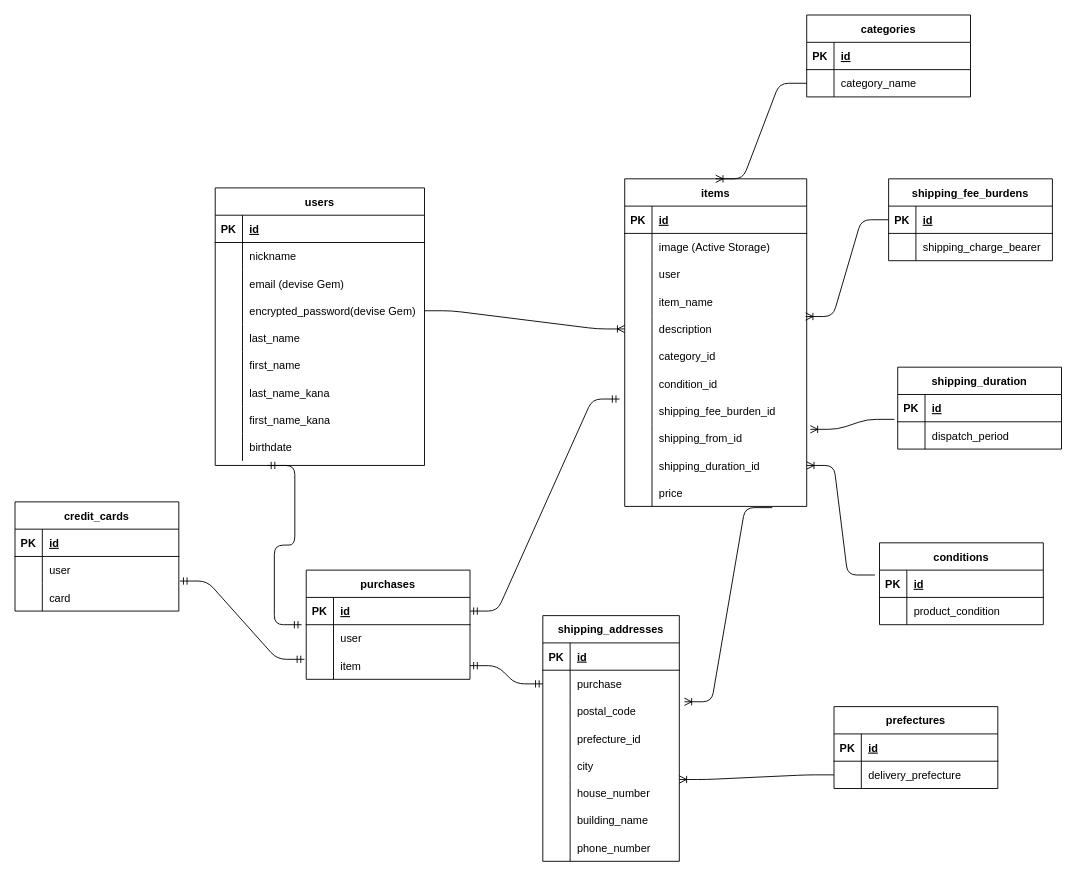
The draw.io diagram er.dio in sidrug21/furima-38607, before the edit. Source tidied: cells renumbered, new cells numbered last; positions are measured from the earlier drawing's top-left corner, leaving out a move shared by most shapes. Both pictures are drawn from the tidied source at 91%, with x=0, y=0 at pixel (15, 15).
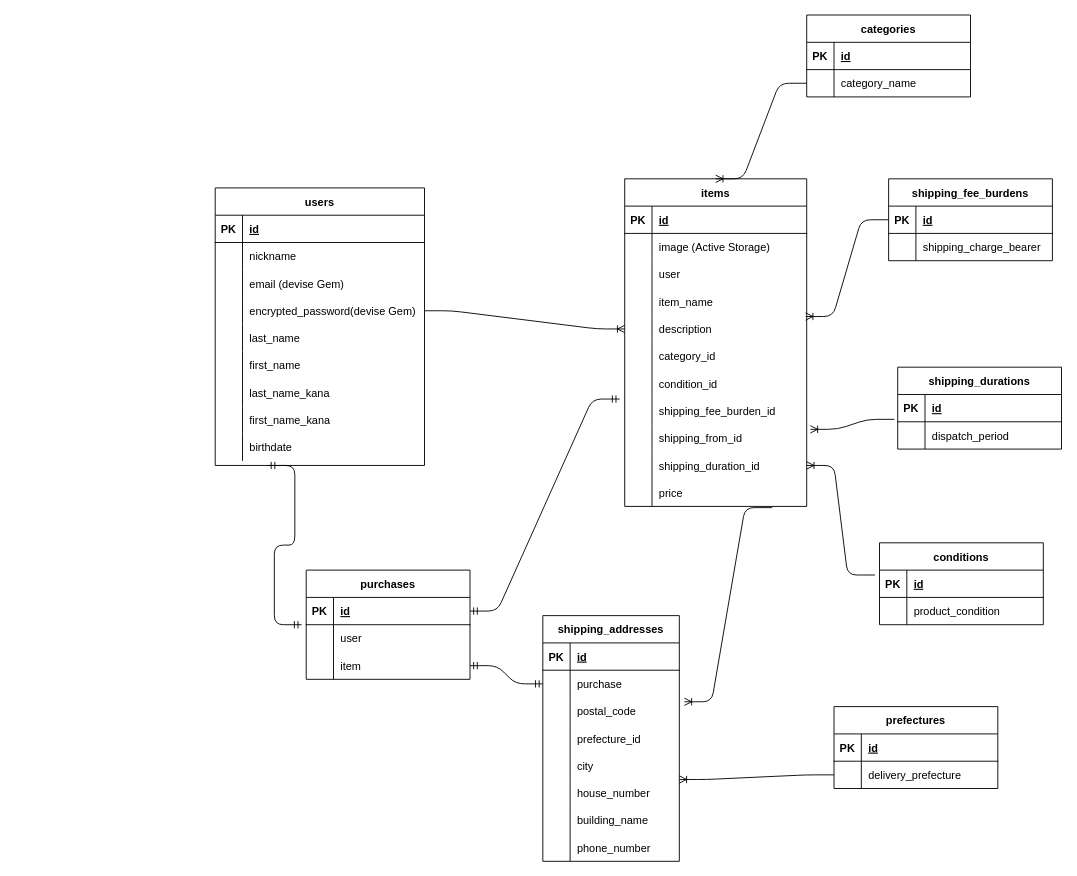
Above is the later version.

Commit message (it also covers changes not shown here):
データベース設計の修正_4

The change refers to these unchanged cells:
```xml
<mxCell id="71" style="shape=tableRow;horizontal=0;startSize=0;swimlaneHead=0;swimlaneBody=0;fillColor=none;points=[[0,0.5],[1,0.5]];portConstraint=eastwest;top=0;left=0;right=0;bottom=0;fontColor=default;" parent="64" vertex="1">
  <mxGeometry y="90" width="180" height="30" as="geometry" />
</mxCell>
```

What changed in the source:
```diff
@@
-    <mxCell id="108" value="shipping_duration" style="shape=table;startSize=30;childLayout=tableLayout;rowLines=0;fontStyle=1;align=center;fontColor=default;" parent="1" vertex="1">
+    <mxCell id="108" value="shipping_durations" style="shape=table;startSize=30;childLayout=tableLayout;rowLines=0;fontStyle=1;align=center;fontColor=default;" parent="1" vertex="1">
       <mxGeometry x="970" y="387" width="180" height="90" as="geometry" />
     </mxCell>
@@
-    <mxCell id="122" value="credit_cards" style="shape=table;startSize=30;childLayout=tableLayout;rowLines=0;fontStyle=1;align=center;fontColor=default;" parent="1" vertex="1">
-      <mxGeometry y="535" width="180" height="120" as="geometry" />
-    </mxCell>
-    <mxCell id="123" style="shape=tableRow;horizontal=0;startSize=0;swimlaneHead=0;swimlaneBody=0;fillColor=none;top=0;left=0;right=0;bottom=1;fontColor=default;" parent="122" vertex="1">
-      <mxGeometry y="30" width="180" height="30" as="geometry" />
-    </mxCell>
-    <mxCell id="124" value="PK" style="shape=partialRectangle;fillColor=none;top=0;left=0;bottom=0;right=0;fontStyle=1;overflow=hidden;fontColor=default;" parent="123" vertex="1">
-      <mxGeometry width="30" height="30" as="geometry" />
-    </mxCell>
-    <mxCell id="125" value="id" style="shape=partialRectangle;fillColor=none;top=0;left=0;bottom=0;right=0;align=left;spacingLeft=6;fontStyle=5;overflow=hidden;fontColor=default;" parent="123" vertex="1">
-      <mxGeometry x="30" width="150" height="30" as="geometry" />
-    </mxCell>
-    <mxCell id="126" style="shape=tableRow;horizontal=0;startSize=0;swimlaneHead=0;swimlaneBody=0;fillColor=none;top=0;left=0;right=0;bottom=0;fontColor=default;" parent="122" vertex="1">
-      <mxGeometry y="60" width="180" height="30" as="geometry" />
-    </mxCell>
-    <mxCell id="127" style="shape=partialRectangle;fillColor=none;top=0;left=0;bottom=0;right=0;overflow=hidden;fontColor=default;" parent="126" vertex="1">
-      <mxGeometry width="30" height="30" as="geometry" />
-    </mxCell>
-    <mxCell id="128" value="user" style="shape=partialRectangle;fillColor=none;top=0;left=0;bottom=0;right=0;align=left;spacingLeft=6;overflow=hidden;fontColor=default;" parent="126" vertex="1">
-      <mxGeometry x="30" width="150" height="30" as="geometry" />
-    </mxCell>
-    <mxCell id="129" style="shape=tableRow;horizontal=0;startSize=0;swimlaneHead=0;swimlaneBody=0;fillColor=none;points=[[0,0.5],[1,0.5]];portConstraint=eastwest;top=0;left=0;right=0;bottom=0;fontColor=default;" parent="122" vertex="1">
-      <mxGeometry y="90" width="180" height="30" as="geometry" />
-    </mxCell>
-    <mxCell id="130" style="shape=partialRectangle;fillColor=none;top=0;left=0;bottom=0;right=0;overflow=hidden;fontColor=default;" parent="129" vertex="1">
-      <mxGeometry width="30" height="30" as="geometry" />
-    </mxCell>
-    <mxCell id="131" value="card" style="shape=partialRectangle;fillColor=none;top=0;left=0;bottom=0;right=0;align=left;spacingLeft=6;overflow=hidden;fontColor=default;" parent="129" vertex="1">
-      <mxGeometry x="30" width="150" height="30" as="geometry" />
-    </mxCell>
@@
-    <mxCell id="142" style="edgeStyle=entityRelationEdgeStyle;fontSize=12;html=1;endArrow=ERmandOne;startArrow=ERmandOne;fontColor=default;entryX=-0.011;entryY=0.267;entryDx=0;entryDy=0;entryPerimeter=0;exitX=1.006;exitY=-0.1;exitDx=0;exitDy=0;exitPerimeter=0;" parent="1" edge="1" source="129" target="71">
-      <mxGeometry relative="1" as="geometry" />
-    </mxCell>
```
